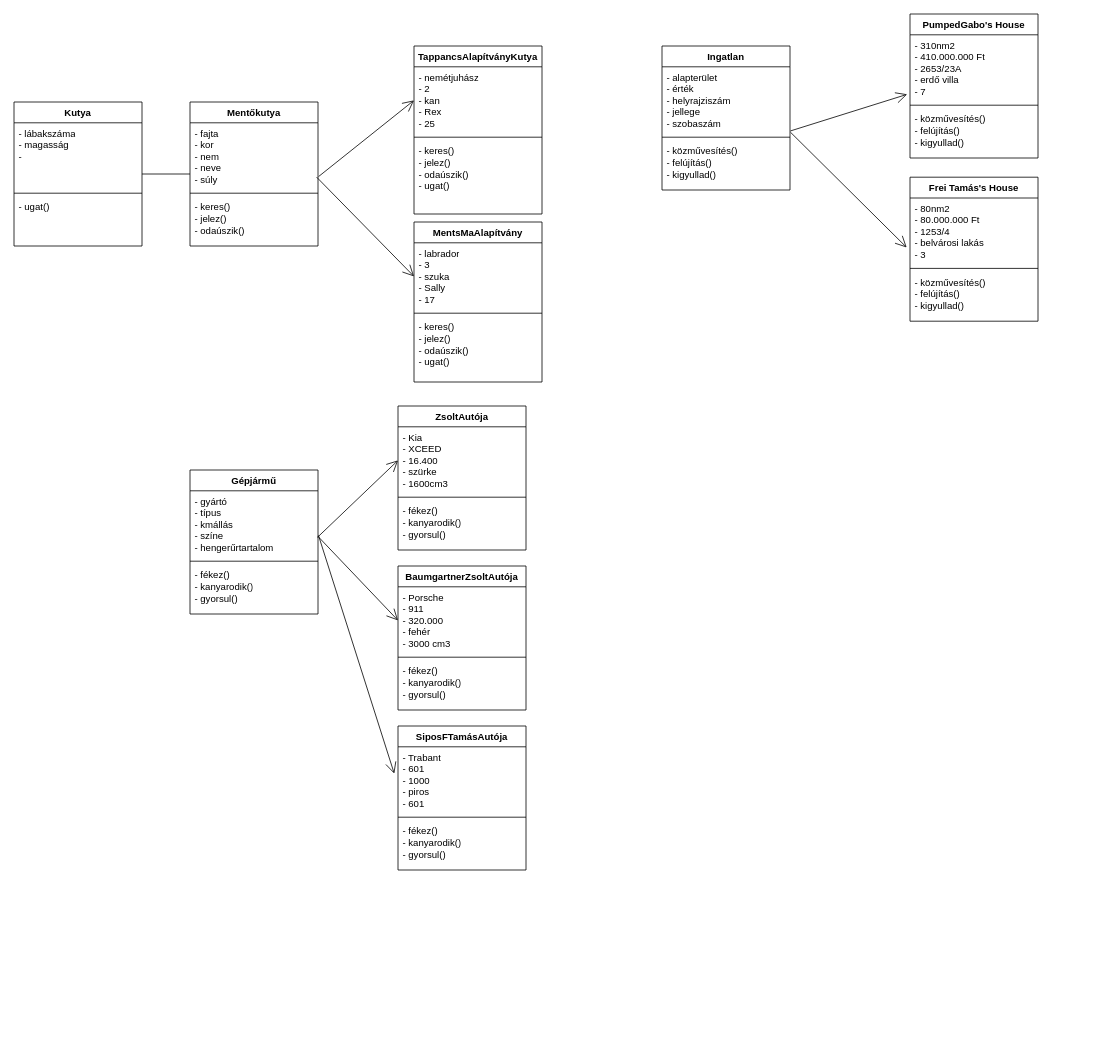
This is _egyeb/diagrammok/UMLDiagrammok.drawio from Szabolcs888/HTML-repo, a draw.io file, before an edit. Source tidied: cells renumbered, new cells numbered last; positions are measured from the earlier drawing's top-left corner, leaving out a move shared by most shapes. Both pictures are drawn from the tidied source at 80%, with x=0, y=0 at pixel (14, 14).
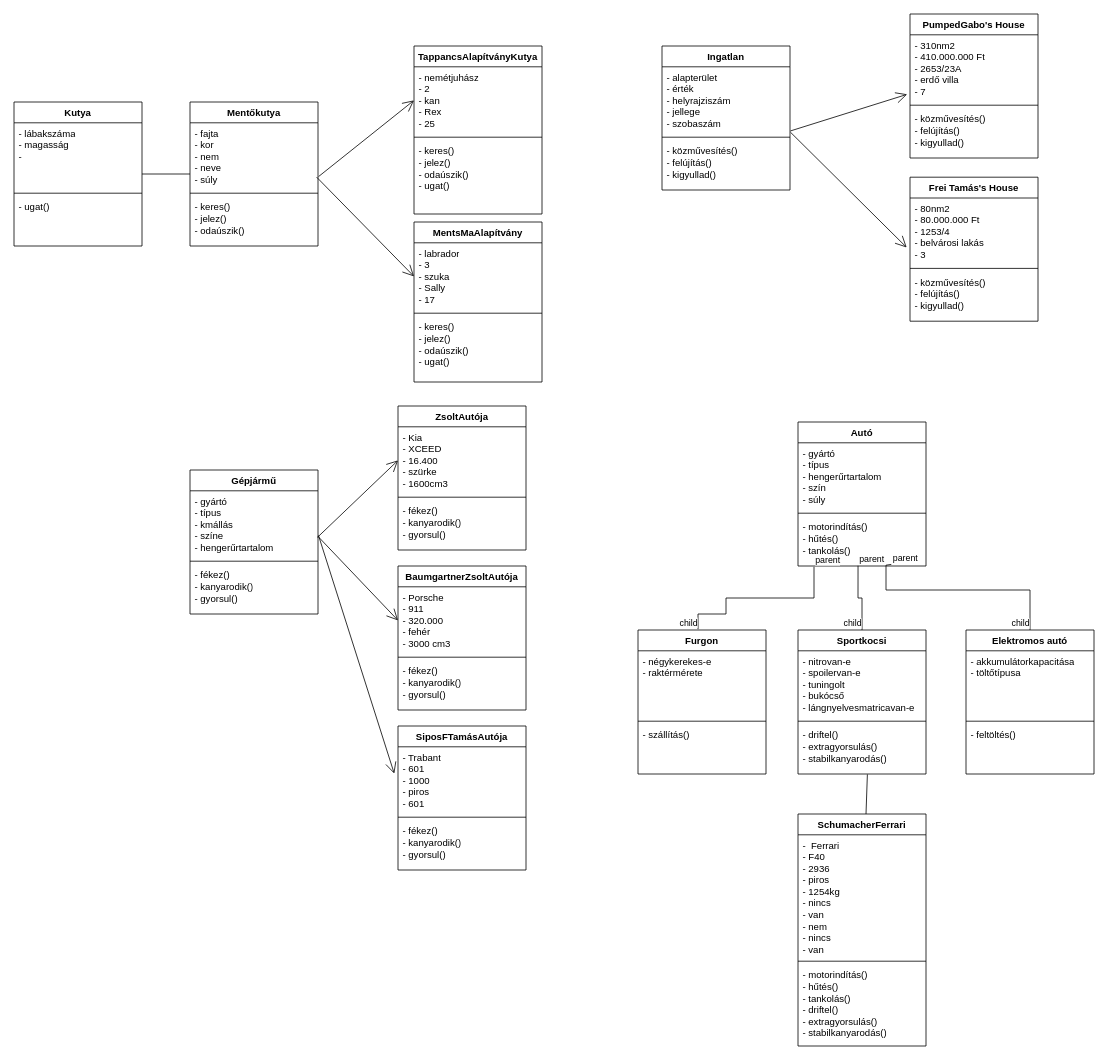
After the change.

Diff of the diagram source:
```diff
@@
+    <mxCell id="54" value="Autó" style="swimlane;fontStyle=1;align=center;verticalAlign=top;horizontal=1;startSize=26;whiteSpace=wrap;html=1;" parent="1" vertex="1">
+      <mxGeometry x="980" y="510" width="160" height="180" as="geometry" />
+    </mxCell>
+    <mxCell id="55" value="- gyártó&lt;br&gt;- típus&lt;br&gt;- hengerűrtartalom&lt;br&gt;- szín&lt;br&gt;- súly" style="text;strokeColor=none;fillColor=none;align=left;verticalAlign=top;spacingLeft=4;spacingRight=4;overflow=hidden;whiteSpace=wrap;html=1;" parent="54" vertex="1">
+      <mxGeometry y="26" width="160" height="84" as="geometry" />
+    </mxCell>
+    <mxCell id="56" style="line;strokeWidth=1;fillColor=none;align=left;verticalAlign=middle;spacingTop=-1;spacingLeft=3;spacingRight=3;labelPosition=right;strokeColor=inherit;" parent="54" vertex="1">
+      <mxGeometry y="110" width="160" height="8" as="geometry" />
+    </mxCell>
+    <mxCell id="57" value="- motorindítás()&lt;br&gt;- hűtés()&lt;br&gt;- tankolás()" style="text;strokeColor=none;fillColor=none;align=left;verticalAlign=top;spacingLeft=4;spacingRight=4;overflow=hidden;points=[[0,0.5],[1,0.5]];portConstraint=eastwest;whiteSpace=wrap;html=1;" parent="54" vertex="1">
+      <mxGeometry y="118" width="160" height="62" as="geometry" />
+    </mxCell>
+    <mxCell id="58" value="Sportkocsi" style="swimlane;fontStyle=1;align=center;verticalAlign=top;horizontal=1;startSize=26;whiteSpace=wrap;html=1;" parent="1" vertex="1">
+      <mxGeometry x="980" y="770" width="160" height="180" as="geometry" />
+    </mxCell>
+    <mxCell id="59" value="- nitrovan-e&lt;br&gt;- spoilervan-e&lt;br&gt;- tuningolt&lt;br&gt;- bukócső&lt;br&gt;- lángnyelvesmatricavan-e" style="text;strokeColor=none;fillColor=none;align=left;verticalAlign=top;spacingLeft=4;spacingRight=4;overflow=hidden;whiteSpace=wrap;html=1;" parent="58" vertex="1">
+      <mxGeometry y="26" width="160" height="84" as="geometry" />
+    </mxCell>
+    <mxCell id="60" style="line;strokeWidth=1;fillColor=none;align=left;verticalAlign=middle;spacingTop=-1;spacingLeft=3;spacingRight=3;labelPosition=right;strokeColor=inherit;" parent="58" vertex="1">
+      <mxGeometry y="110" width="160" height="8" as="geometry" />
+    </mxCell>
+    <mxCell id="61" value="- driftel()&lt;br&gt;- extragyorsulás()&lt;br&gt;- stabilkanyarodás()" style="text;strokeColor=none;fillColor=none;align=left;verticalAlign=top;spacingLeft=4;spacingRight=4;overflow=hidden;points=[[0,0.5],[1,0.5]];portConstraint=eastwest;whiteSpace=wrap;html=1;" parent="58" vertex="1">
+      <mxGeometry y="118" width="160" height="62" as="geometry" />
+    </mxCell>
+    <mxCell id="62" style="endArrow=none;html=1;edgeStyle=orthogonalEdgeStyle;rounded=0;entryX=0.5;entryY=0;entryDx=0;entryDy=0;exitX=0.469;exitY=0.995;exitDx=0;exitDy=0;exitPerimeter=0;" parent="1" edge="1" source="57" target="58">
+      <mxGeometry relative="1" as="geometry" />
+    </mxCell>
+    <mxCell id="63" value="parent" style="edgeLabel;html=1;align=left;verticalAlign=bottom;" parent="62" vertex="1">
+      <mxGeometry x="-1" relative="1" as="geometry" />
+    </mxCell>
+    <mxCell id="64" value="child" style="edgeLabel;html=1;align=right;verticalAlign=bottom;" parent="62" vertex="1">
+      <mxGeometry x="1" relative="1" as="geometry" />
+    </mxCell>
+    <mxCell id="65" value="SchumacherFerrari" style="swimlane;fontStyle=1;align=center;verticalAlign=top;horizontal=1;startSize=26;whiteSpace=wrap;html=1;" parent="1" vertex="1">
+      <mxGeometry x="980" y="1000" width="160" height="290" as="geometry" />
+    </mxCell>
+    <mxCell id="66" value="- &amp;nbsp;Ferrari&lt;br&gt;- F40&lt;br&gt;- 2936&lt;br&gt;- piros&lt;br&gt;- 1254kg&lt;br&gt;- nincs&lt;br&gt;- van&lt;br&gt;- nem&lt;br&gt;- nincs&lt;br&gt;- van&amp;nbsp;" style="text;strokeColor=none;fillColor=none;align=left;verticalAlign=top;spacingLeft=4;spacingRight=4;overflow=hidden;whiteSpace=wrap;html=1;" parent="65" vertex="1">
+      <mxGeometry y="26" width="160" height="154" as="geometry" />
+    </mxCell>
+    <mxCell id="67" style="line;strokeWidth=1;fillColor=none;align=left;verticalAlign=middle;spacingTop=-1;spacingLeft=3;spacingRight=3;labelPosition=right;strokeColor=inherit;" parent="65" vertex="1">
+      <mxGeometry y="180" width="160" height="8" as="geometry" />
+    </mxCell>
+    <mxCell id="68" value="- motorindítás()&lt;br style=&quot;border-color: var(--border-color);&quot;&gt;- hűtés()&lt;br style=&quot;border-color: var(--border-color);&quot;&gt;- tankolás()&lt;br&gt;- driftel()&lt;br style=&quot;border-color: var(--border-color);&quot;&gt;- extragyorsulás()&lt;br style=&quot;border-color: var(--border-color);&quot;&gt;- stabilkanyarodás()" style="text;strokeColor=none;fillColor=none;align=left;verticalAlign=top;spacingLeft=4;spacingRight=4;overflow=hidden;whiteSpace=wrap;html=1;" parent="65" vertex="1">
+      <mxGeometry y="188" width="160" height="102" as="geometry" />
+    </mxCell>
+    <mxCell id="69" style="endArrow=none;html=1;rounded=0;entryX=0.542;entryY=1.008;entryDx=0;entryDy=0;entryPerimeter=0;" parent="1" edge="1" source="65" target="61">
+      <mxGeometry relative="1" as="geometry" />
+    </mxCell>
+    <mxCell id="70" value="Furgon" style="swimlane;fontStyle=1;align=center;verticalAlign=top;horizontal=1;startSize=26;whiteSpace=wrap;html=1;" parent="1" vertex="1">
+      <mxGeometry x="780" y="770" width="160" height="180" as="geometry" />
+    </mxCell>
+    <mxCell id="71" value="- négykerekes-e&lt;br&gt;- raktérmérete" style="text;strokeColor=none;fillColor=none;align=left;verticalAlign=top;spacingLeft=4;spacingRight=4;overflow=hidden;whiteSpace=wrap;html=1;" parent="70" vertex="1">
+      <mxGeometry y="26" width="160" height="84" as="geometry" />
+    </mxCell>
+    <mxCell id="72" style="line;strokeWidth=1;fillColor=none;align=left;verticalAlign=middle;spacingTop=-1;spacingLeft=3;spacingRight=3;labelPosition=right;strokeColor=inherit;" parent="70" vertex="1">
+      <mxGeometry y="110" width="160" height="8" as="geometry" />
+    </mxCell>
+    <mxCell id="73" value="- szállítás()" style="text;strokeColor=none;fillColor=none;align=left;verticalAlign=top;spacingLeft=4;spacingRight=4;overflow=hidden;whiteSpace=wrap;html=1;" parent="70" vertex="1">
+      <mxGeometry y="118" width="160" height="62" as="geometry" />
+    </mxCell>
+    <mxCell id="74" value="Elektromos autó" style="swimlane;fontStyle=1;align=center;verticalAlign=top;horizontal=1;startSize=26;whiteSpace=wrap;html=1;" parent="1" vertex="1">
+      <mxGeometry x="1190" y="770" width="160" height="180" as="geometry" />
+    </mxCell>
+    <mxCell id="75" value="- akkumulátorkapacitása&lt;br&gt;- töltőtípusa" style="text;strokeColor=none;fillColor=none;align=left;verticalAlign=top;spacingLeft=4;spacingRight=4;overflow=hidden;whiteSpace=wrap;html=1;" parent="74" vertex="1">
+      <mxGeometry y="26" width="160" height="84" as="geometry" />
+    </mxCell>
+    <mxCell id="76" style="line;strokeWidth=1;fillColor=none;align=left;verticalAlign=middle;spacingTop=-1;spacingLeft=3;spacingRight=3;labelPosition=right;strokeColor=inherit;" parent="74" vertex="1">
+      <mxGeometry y="110" width="160" height="8" as="geometry" />
+    </mxCell>
+    <mxCell id="77" value="- feltöltés()" style="text;strokeColor=none;fillColor=none;align=left;verticalAlign=top;spacingLeft=4;spacingRight=4;overflow=hidden;whiteSpace=wrap;html=1;" parent="74" vertex="1">
+      <mxGeometry y="118" width="160" height="62" as="geometry" />
+    </mxCell>
+    <mxCell id="78" style="endArrow=none;html=1;edgeStyle=orthogonalEdgeStyle;rounded=0;entryX=0.5;entryY=0;entryDx=0;entryDy=0;exitX=0.729;exitY=0.968;exitDx=0;exitDy=0;exitPerimeter=0;" parent="1" edge="1" source="57" target="74">
+      <mxGeometry relative="1" as="geometry">
+        <Array as="points">
+          <mxPoint x="1090" y="689" />
+          <mxPoint x="1090" y="720" />
+          <mxPoint x="1270" y="720" />
+        </Array>
+      </mxGeometry>
+    </mxCell>
+    <mxCell id="79" value="parent" style="edgeLabel;html=1;align=left;verticalAlign=bottom;" parent="78" vertex="1">
+      <mxGeometry x="-1" relative="1" as="geometry" />
+    </mxCell>
+    <mxCell id="80" value="child" style="edgeLabel;html=1;align=right;verticalAlign=bottom;" parent="78" vertex="1">
+      <mxGeometry x="1" relative="1" as="geometry" />
+    </mxCell>
+    <mxCell id="81" style="endArrow=none;html=1;edgeStyle=orthogonalEdgeStyle;rounded=0;entryX=0.469;entryY=-0.006;entryDx=0;entryDy=0;entryPerimeter=0;" parent="1" edge="1" target="70">
+      <mxGeometry relative="1" as="geometry">
+        <mxPoint x="1000" y="691" as="sourcePoint" />
+        <Array as="points">
+          <mxPoint x="1000" y="691" />
+          <mxPoint x="1000" y="730" />
+          <mxPoint x="890" y="730" />
+          <mxPoint x="890" y="750" />
+          <mxPoint x="855" y="750" />
+        </Array>
+      </mxGeometry>
+    </mxCell>
+    <mxCell id="82" value="parent" style="edgeLabel;html=1;align=left;verticalAlign=bottom;" parent="81" vertex="1">
+      <mxGeometry x="-1" relative="1" as="geometry" />
+    </mxCell>
+    <mxCell id="83" value="child" style="edgeLabel;html=1;align=right;verticalAlign=bottom;" parent="81" vertex="1">
+      <mxGeometry x="1" relative="1" as="geometry" />
+    </mxCell>
```
